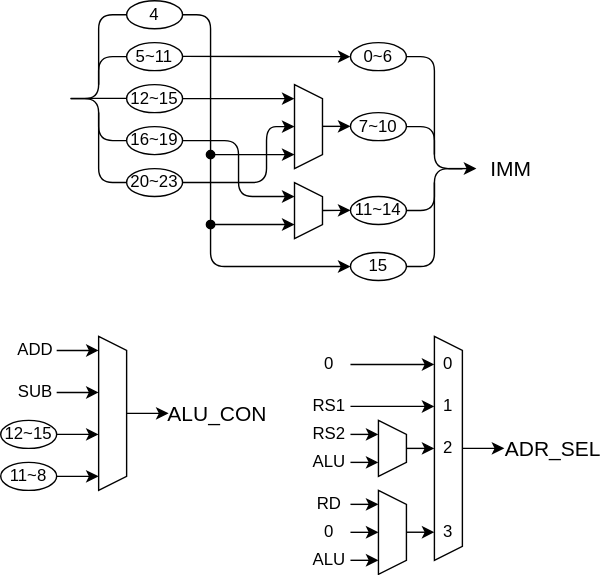
Above: Lab/Computer/Micon/01_CPU/img/decoder.dio.svg in amane-uehara/kanade-k-1228.github.io (draw.io), before the change. Source tidied: cells renumbered, new cells last; positions are measured from the earlier drawing's top-left corner, leaving out a move shared by most shapes.
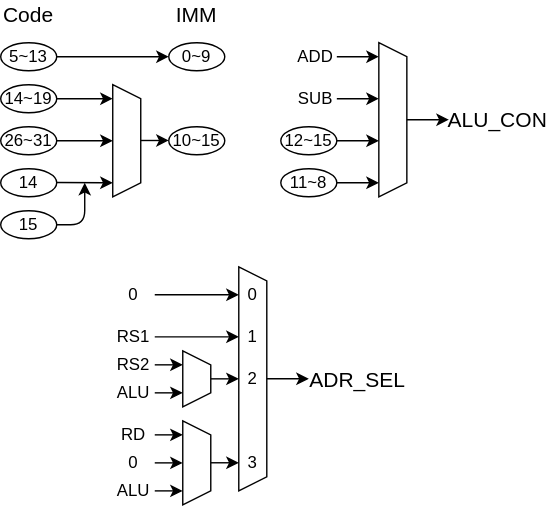
The same file after the commit.

The edit, as a diff of the source:
```diff
@@ -2,354 +2,227 @@
   <root>
     <mxCell id="0" />
     <mxCell id="1" parent="0" />
-    <mxCell id="2" value="4" style="ellipse;whiteSpace=wrap;html=1;" parent="1" vertex="1">
-      <mxGeometry x="90" width="40" height="20" as="geometry" />
-    </mxCell>
-    <mxCell id="3" value="5~11" style="ellipse;whiteSpace=wrap;html=1;" parent="1" vertex="1">
-      <mxGeometry x="90" y="30" width="40" height="20" as="geometry" />
+    <mxCell id="3" value="5~13" style="ellipse;whiteSpace=wrap;html=1;" parent="1" vertex="1">
+      <mxGeometry x="30" width="40" height="20" as="geometry" />
     </mxCell>
-    <mxCell id="4" value="12~15" style="ellipse;whiteSpace=wrap;html=1;" parent="1" vertex="1">
-      <mxGeometry x="90" y="60" width="40" height="20" as="geometry" />
+    <mxCell id="4" value="14~19" style="ellipse;whiteSpace=wrap;html=1;" parent="1" vertex="1">
+      <mxGeometry x="30" y="30" width="40" height="20" as="geometry" />
     </mxCell>
-    <mxCell id="5" value="16~19" style="ellipse;whiteSpace=wrap;html=1;" parent="1" vertex="1">
-      <mxGeometry x="90" y="90" width="40" height="20" as="geometry" />
+    <mxCell id="5" value="26~31" style="ellipse;whiteSpace=wrap;html=1;" parent="1" vertex="1">
+      <mxGeometry x="30" y="60" width="40" height="20" as="geometry" />
     </mxCell>
-    <mxCell id="6" value="20~23" style="ellipse;whiteSpace=wrap;html=1;" parent="1" vertex="1">
-      <mxGeometry x="90" y="120" width="40" height="20" as="geometry" />
+    <mxCell id="6" value="14" style="ellipse;whiteSpace=wrap;html=1;" parent="1" vertex="1">
+      <mxGeometry x="30" y="90" width="40" height="20" as="geometry" />
     </mxCell>
-    <mxCell id="7" value="0~6" style="ellipse;whiteSpace=wrap;html=1;" parent="1" vertex="1">
-      <mxGeometry x="250" y="30" width="40" height="20" as="geometry" />
+    <mxCell id="7" value="0~9" style="ellipse;whiteSpace=wrap;html=1;" parent="1" vertex="1">
+      <mxGeometry x="150" width="40" height="20" as="geometry" />
     </mxCell>
-    <mxCell id="8" value="7~10" style="ellipse;whiteSpace=wrap;html=1;" parent="1" vertex="1">
-      <mxGeometry x="250" y="80" width="40" height="20" as="geometry" />
+    <mxCell id="8" value="10~15" style="ellipse;whiteSpace=wrap;html=1;" parent="1" vertex="1">
+      <mxGeometry x="150" y="60" width="40" height="20" as="geometry" />
     </mxCell>
-    <mxCell id="9" value="11~14" style="ellipse;whiteSpace=wrap;html=1;" parent="1" vertex="1">
-      <mxGeometry x="250" y="140" width="40" height="20" as="geometry" />
-    </mxCell>
-    <mxCell id="10" value="15" style="ellipse;whiteSpace=wrap;html=1;" parent="1" vertex="1">
-      <mxGeometry x="250" y="180" width="40" height="20" as="geometry" />
-    </mxCell>
     <mxCell id="11" style="endArrow=classic;html=1;" parent="1" edge="1">
       <mxGeometry relative="1" as="geometry">
-        <mxPoint x="130" y="39.8" as="sourcePoint" />
-        <mxPoint x="250" y="40" as="targetPoint" />
+        <mxPoint x="70" y="10" as="sourcePoint" />
+        <mxPoint x="150" y="10" as="targetPoint" />
       </mxGeometry>
     </mxCell>
     <mxCell id="12" style="shape=trapezoid;perimeter=trapezoidPerimeter;whiteSpace=wrap;html=1;fixedSize=1;direction=south;size=9.999999999999943;" parent="1" vertex="1">
-      <mxGeometry x="210" y="60" width="20" height="60" as="geometry" />
+      <mxGeometry x="110" y="30" width="20" height="80" as="geometry" />
     </mxCell>
     <mxCell id="13" style="endArrow=classic;html=1;" parent="1" edge="1">
       <mxGeometry relative="1" as="geometry">
-        <mxPoint x="230" y="89.8" as="sourcePoint" />
-        <mxPoint x="250" y="89.8" as="targetPoint" />
+        <mxPoint x="130" y="69.8" as="sourcePoint" />
+        <mxPoint x="150" y="69.8" as="targetPoint" />
       </mxGeometry>
     </mxCell>
-    <mxCell id="14" style="endArrow=classic;html=1;" parent="1" edge="1">
-      <mxGeometry relative="1" as="geometry">
-        <mxPoint x="130" y="100" as="sourcePoint" />
-        <mxPoint x="210" y="140" as="targetPoint" />
-        <Array as="points">
-          <mxPoint x="170" y="100" />
-          <mxPoint x="170" y="140" />
-        </Array>
-      </mxGeometry>
-    </mxCell>
     <mxCell id="15" style="endArrow=classic;html=1;" parent="1" edge="1">
       <mxGeometry relative="1" as="geometry">
-        <mxPoint x="130" y="70" as="sourcePoint" />
-        <mxPoint x="210" y="70" as="targetPoint" />
+        <mxPoint x="70" y="40" as="sourcePoint" />
+        <mxPoint x="110" y="40" as="targetPoint" />
       </mxGeometry>
     </mxCell>
-    <mxCell id="16" style="endArrow=classic;html=1;startArrow=none;" parent="1" edge="1">
-      <mxGeometry relative="1" as="geometry">
-        <mxPoint x="230" y="149.9" as="sourcePoint" />
-        <mxPoint x="250" y="149.8" as="targetPoint" />
-      </mxGeometry>
-    </mxCell>
-    <mxCell id="17" style="endArrow=classic;html=1;" parent="1" edge="1">
-      <mxGeometry relative="1" as="geometry">
-        <mxPoint x="130" y="130" as="sourcePoint" />
-        <mxPoint x="210" y="90" as="targetPoint" />
-        <Array as="points">
-          <mxPoint x="190" y="130" />
-          <mxPoint x="190" y="90" />
-        </Array>
-      </mxGeometry>
-    </mxCell>
-    <mxCell id="18" style="shape=trapezoid;perimeter=trapezoidPerimeter;whiteSpace=wrap;html=1;fixedSize=1;direction=south;size=9.999999999999943;" parent="1" vertex="1">
-      <mxGeometry x="210" y="130" width="20" height="40" as="geometry" />
-    </mxCell>
-    <mxCell id="19" style="endArrow=none;html=1;" parent="1" edge="1">
-      <mxGeometry relative="1" as="geometry">
-        <mxPoint x="230" y="149.8" as="sourcePoint" />
-        <mxPoint x="230" y="149.8" as="targetPoint" />
-      </mxGeometry>
-    </mxCell>
-    <mxCell id="20" style="endArrow=classic;html=1;startArrow=oval;startFill=1;" parent="1" edge="1">
-      <mxGeometry relative="1" as="geometry">
-        <mxPoint x="150" y="110" as="sourcePoint" />
-        <mxPoint x="210" y="110" as="targetPoint" />
-      </mxGeometry>
-    </mxCell>
-    <mxCell id="21" style="endArrow=classic;html=1;" parent="1" edge="1">
-      <mxGeometry relative="1" as="geometry">
-        <mxPoint x="130" y="10" as="sourcePoint" />
-        <mxPoint x="250" y="190" as="targetPoint" />
-        <Array as="points">
-          <mxPoint x="150" y="10" />
-          <mxPoint x="150" y="190" />
-        </Array>
-      </mxGeometry>
-    </mxCell>
-    <mxCell id="22" style="endArrow=classic;html=1;startArrow=oval;startFill=1;" parent="1" edge="1">
-      <mxGeometry relative="1" as="geometry">
-        <mxPoint x="150" y="160" as="sourcePoint" />
-        <mxPoint x="210" y="160" as="targetPoint" />
-      </mxGeometry>
-    </mxCell>
     <mxCell id="23" style="shape=trapezoid;perimeter=trapezoidPerimeter;whiteSpace=wrap;html=1;fixedSize=1;direction=south;size=9.999999999999943;" parent="1" vertex="1">
-      <mxGeometry x="70" y="240" width="20" height="110" as="geometry" />
+      <mxGeometry x="300" width="20" height="110" as="geometry" />
     </mxCell>
-    <mxCell id="24" style="endArrow=classic;html=1;" parent="1" edge="1">
-      <mxGeometry relative="1" as="geometry">
-        <mxPoint x="320" y="120" as="sourcePoint" />
-        <mxPoint x="340" y="120" as="targetPoint" />
-      </mxGeometry>
-    </mxCell>
-    <mxCell id="25" style="endArrow=none;html=1;" parent="1" edge="1">
-      <mxGeometry relative="1" as="geometry">
-        <mxPoint x="290" y="40" as="sourcePoint" />
-        <mxPoint x="330" y="120" as="targetPoint" />
-        <Array as="points">
-          <mxPoint x="310" y="40" />
-          <mxPoint x="310" y="120" />
-        </Array>
-      </mxGeometry>
-    </mxCell>
-    <mxCell id="26" style="endArrow=none;html=1;" parent="1" edge="1">
-      <mxGeometry relative="1" as="geometry">
-        <mxPoint x="290" y="90" as="sourcePoint" />
-        <mxPoint x="310" y="110" as="targetPoint" />
-        <Array as="points">
-          <mxPoint x="310" y="90" />
-        </Array>
-      </mxGeometry>
-    </mxCell>
-    <mxCell id="27" style="endArrow=none;html=1;" parent="1" edge="1">
-      <mxGeometry relative="1" as="geometry">
-        <mxPoint x="290" y="150" as="sourcePoint" />
-        <mxPoint x="310" y="130" as="targetPoint" />
-        <Array as="points">
-          <mxPoint x="310" y="150" />
-        </Array>
-      </mxGeometry>
-    </mxCell>
-    <mxCell id="28" style="endArrow=none;html=1;" parent="1" edge="1">
-      <mxGeometry relative="1" as="geometry">
-        <mxPoint x="290" y="190" as="sourcePoint" />
-        <mxPoint x="330" y="120" as="targetPoint" />
-        <Array as="points">
-          <mxPoint x="310" y="190" />
-          <mxPoint x="310" y="120" />
-        </Array>
-      </mxGeometry>
-    </mxCell>
-    <mxCell id="29" style="endArrow=none;html=1;" parent="1" edge="1">
-      <mxGeometry relative="1" as="geometry">
-        <mxPoint x="90" y="10" as="sourcePoint" />
-        <mxPoint x="50" y="70" as="targetPoint" />
-        <Array as="points">
-          <mxPoint x="70" y="10" />
-          <mxPoint x="70" y="70" />
-        </Array>
-      </mxGeometry>
-    </mxCell>
-    <mxCell id="30" style="endArrow=none;html=1;" parent="1" edge="1">
-      <mxGeometry relative="1" as="geometry">
-        <mxPoint x="90" y="40" as="sourcePoint" />
-        <mxPoint x="70" y="60" as="targetPoint" />
-        <Array as="points">
-          <mxPoint x="70" y="40" />
-        </Array>
-      </mxGeometry>
-    </mxCell>
-    <mxCell id="31" style="endArrow=none;html=1;" parent="1" edge="1">
-      <mxGeometry relative="1" as="geometry">
-        <mxPoint x="90" y="100" as="sourcePoint" />
-        <mxPoint x="70" y="80" as="targetPoint" />
-        <Array as="points">
-          <mxPoint x="70" y="100" />
-        </Array>
-      </mxGeometry>
-    </mxCell>
-    <mxCell id="32" style="endArrow=none;html=1;" parent="1" edge="1">
-      <mxGeometry relative="1" as="geometry">
-        <mxPoint x="90" y="130" as="sourcePoint" />
-        <mxPoint x="50" y="70" as="targetPoint" />
-        <Array as="points">
-          <mxPoint x="70" y="130" />
-          <mxPoint x="70" y="70" />
-        </Array>
-      </mxGeometry>
-    </mxCell>
-    <mxCell id="33" style="endArrow=none;html=1;" parent="1" edge="1">
-      <mxGeometry relative="1" as="geometry">
-        <mxPoint x="50" y="69.8" as="sourcePoint" />
-        <mxPoint x="90" y="69.8" as="targetPoint" />
-      </mxGeometry>
-    </mxCell>
     <mxCell id="34" value="ADD" style="text;html=1;strokeColor=none;fillColor=none;align=center;verticalAlign=middle;whiteSpace=wrap;rounded=0;" parent="1" vertex="1">
-      <mxGeometry x="10" y="240" width="30" height="20" as="geometry" />
+      <mxGeometry x="240" width="30" height="20" as="geometry" />
     </mxCell>
     <mxCell id="35" value="SUB" style="text;html=1;strokeColor=none;fillColor=none;align=center;verticalAlign=middle;whiteSpace=wrap;rounded=0;" parent="1" vertex="1">
-      <mxGeometry x="10" y="270" width="30" height="20" as="geometry" />
+      <mxGeometry x="240" y="30" width="30" height="20" as="geometry" />
     </mxCell>
     <mxCell id="36" style="endArrow=classic;html=1;" parent="1" edge="1">
       <mxGeometry relative="1" as="geometry">
-        <mxPoint x="40" y="250" as="sourcePoint" />
-        <mxPoint x="70" y="250" as="targetPoint" />
+        <mxPoint x="270" y="10" as="sourcePoint" />
+        <mxPoint x="300" y="10" as="targetPoint" />
       </mxGeometry>
     </mxCell>
     <mxCell id="37" style="endArrow=classic;html=1;" parent="1" edge="1">
       <mxGeometry relative="1" as="geometry">
-        <mxPoint x="40" y="280" as="sourcePoint" />
-        <mxPoint x="70" y="280" as="targetPoint" />
+        <mxPoint x="270" y="40" as="sourcePoint" />
+        <mxPoint x="300" y="40" as="targetPoint" />
       </mxGeometry>
     </mxCell>
     <mxCell id="38" style="endArrow=classic;html=1;" parent="1" edge="1">
       <mxGeometry relative="1" as="geometry">
-        <mxPoint x="40" y="310" as="sourcePoint" />
-        <mxPoint x="70" y="310" as="targetPoint" />
+        <mxPoint x="270" y="70" as="sourcePoint" />
+        <mxPoint x="300" y="70" as="targetPoint" />
       </mxGeometry>
     </mxCell>
     <mxCell id="39" style="endArrow=classic;html=1;" parent="1" edge="1">
       <mxGeometry relative="1" as="geometry">
-        <mxPoint x="40" y="340" as="sourcePoint" />
-        <mxPoint x="70" y="340" as="targetPoint" />
+        <mxPoint x="270" y="100" as="sourcePoint" />
+        <mxPoint x="300" y="100" as="targetPoint" />
       </mxGeometry>
     </mxCell>
     <mxCell id="40" value="12~15" style="ellipse;whiteSpace=wrap;html=1;" parent="1" vertex="1">
-      <mxGeometry y="300" width="40" height="20" as="geometry" />
+      <mxGeometry x="230" y="60" width="40" height="20" as="geometry" />
     </mxCell>
     <mxCell id="41" value="11~8" style="ellipse;whiteSpace=wrap;html=1;" parent="1" vertex="1">
-      <mxGeometry y="330" width="40" height="20" as="geometry" />
+      <mxGeometry x="230" y="90" width="40" height="20" as="geometry" />
     </mxCell>
     <mxCell id="42" style="endArrow=classic;html=1;" parent="1" edge="1">
       <mxGeometry relative="1" as="geometry">
-        <mxPoint x="90" y="295" as="sourcePoint" />
-        <mxPoint x="120" y="295" as="targetPoint" />
+        <mxPoint x="320" y="55" as="sourcePoint" />
+        <mxPoint x="350" y="55" as="targetPoint" />
       </mxGeometry>
     </mxCell>
     <mxCell id="43" value="IMM" style="text;html=1;strokeColor=none;fillColor=none;align=center;verticalAlign=middle;whiteSpace=wrap;rounded=0;fontSize=15;" parent="1" vertex="1">
-      <mxGeometry x="340" y="110" width="50" height="20" as="geometry" />
+      <mxGeometry x="150" y="-30" width="40" height="20" as="geometry" />
     </mxCell>
     <mxCell id="44" value="ALU_CON" style="text;html=1;strokeColor=none;fillColor=none;align=center;verticalAlign=middle;whiteSpace=wrap;rounded=0;fontSize=15;" parent="1" vertex="1">
-      <mxGeometry x="120" y="280" width="70" height="30" as="geometry" />
+      <mxGeometry x="350" y="40" width="70" height="30" as="geometry" />
     </mxCell>
     <mxCell id="45" style="shape=trapezoid;perimeter=trapezoidPerimeter;whiteSpace=wrap;html=1;fixedSize=1;direction=south;size=9.999999999999943;" parent="1" vertex="1">
-      <mxGeometry x="310" y="240" width="20" height="160" as="geometry" />
+      <mxGeometry x="200" y="160" width="20" height="160" as="geometry" />
     </mxCell>
     <mxCell id="46" style="endArrow=classic;html=1;" parent="1" edge="1">
       <mxGeometry relative="1" as="geometry">
-        <mxPoint x="330" y="320" as="sourcePoint" />
-        <mxPoint x="360" y="320" as="targetPoint" />
+        <mxPoint x="220" y="240" as="sourcePoint" />
+        <mxPoint x="250" y="240" as="targetPoint" />
       </mxGeometry>
     </mxCell>
     <mxCell id="47" value="ADR_SEL" style="text;html=1;strokeColor=none;fillColor=none;align=center;verticalAlign=middle;whiteSpace=wrap;rounded=0;fontSize=15;" parent="1" vertex="1">
-      <mxGeometry x="360" y="310" width="70" height="20" as="geometry" />
+      <mxGeometry x="250" y="230" width="70" height="20" as="geometry" />
     </mxCell>
     <mxCell id="48" value="RS1" style="text;html=1;strokeColor=none;fillColor=none;align=center;verticalAlign=middle;whiteSpace=wrap;rounded=0;" parent="1" vertex="1">
-      <mxGeometry x="220" y="280" width="30" height="20" as="geometry" />
+      <mxGeometry x="110" y="200" width="30" height="20" as="geometry" />
     </mxCell>
     <mxCell id="49" style="endArrow=classic;html=1;" parent="1" edge="1">
       <mxGeometry relative="1" as="geometry">
-        <mxPoint x="250" y="260" as="sourcePoint" />
-        <mxPoint x="310" y="260" as="targetPoint" />
+        <mxPoint x="140" y="180" as="sourcePoint" />
+        <mxPoint x="200" y="180" as="targetPoint" />
       </mxGeometry>
     </mxCell>
     <mxCell id="50" style="endArrow=classic;html=1;" parent="1" edge="1">
       <mxGeometry relative="1" as="geometry">
-        <mxPoint x="250" y="290" as="sourcePoint" />
-        <mxPoint x="310" y="290" as="targetPoint" />
+        <mxPoint x="140" y="210" as="sourcePoint" />
+        <mxPoint x="200" y="210" as="targetPoint" />
       </mxGeometry>
     </mxCell>
     <mxCell id="51" style="endArrow=classic;html=1;" parent="1" edge="1">
       <mxGeometry relative="1" as="geometry">
-        <mxPoint x="290" y="320" as="sourcePoint" />
-        <mxPoint x="310" y="320" as="targetPoint" />
+        <mxPoint x="180" y="240" as="sourcePoint" />
+        <mxPoint x="200" y="240" as="targetPoint" />
       </mxGeometry>
     </mxCell>
     <mxCell id="52" value="0" style="text;html=1;strokeColor=none;fillColor=none;align=center;verticalAlign=middle;whiteSpace=wrap;rounded=0;" parent="1" vertex="1">
-      <mxGeometry x="310" y="250" width="20" height="20" as="geometry" />
+      <mxGeometry x="200" y="170" width="20" height="20" as="geometry" />
     </mxCell>
     <mxCell id="53" value="1" style="text;html=1;strokeColor=none;fillColor=none;align=center;verticalAlign=middle;whiteSpace=wrap;rounded=0;" parent="1" vertex="1">
-      <mxGeometry x="310" y="280" width="20" height="20" as="geometry" />
+      <mxGeometry x="200" y="200" width="20" height="20" as="geometry" />
     </mxCell>
     <mxCell id="54" value="2" style="text;html=1;strokeColor=none;fillColor=none;align=center;verticalAlign=middle;whiteSpace=wrap;rounded=0;" parent="1" vertex="1">
-      <mxGeometry x="310" y="310" width="20" height="20" as="geometry" />
+      <mxGeometry x="200" y="230" width="20" height="20" as="geometry" />
     </mxCell>
     <mxCell id="55" value="3" style="text;html=1;strokeColor=none;fillColor=none;align=center;verticalAlign=middle;whiteSpace=wrap;rounded=0;" parent="1" vertex="1">
-      <mxGeometry x="310" y="370" width="20" height="20" as="geometry" />
+      <mxGeometry x="200" y="290" width="20" height="20" as="geometry" />
     </mxCell>
     <mxCell id="56" style="shape=trapezoid;perimeter=trapezoidPerimeter;whiteSpace=wrap;html=1;fixedSize=1;direction=south;size=9.999999999999943;" parent="1" vertex="1">
-      <mxGeometry x="270" y="300" width="20" height="40" as="geometry" />
+      <mxGeometry x="160" y="220" width="20" height="40" as="geometry" />
     </mxCell>
     <mxCell id="57" style="endArrow=classic;html=1;" parent="1" edge="1">
       <mxGeometry relative="1" as="geometry">
-        <mxPoint x="250" y="310" as="sourcePoint" />
-        <mxPoint x="270" y="310" as="targetPoint" />
+        <mxPoint x="140" y="230" as="sourcePoint" />
+        <mxPoint x="160" y="230" as="targetPoint" />
       </mxGeometry>
     </mxCell>
     <mxCell id="58" style="endArrow=classic;html=1;" parent="1" edge="1">
       <mxGeometry relative="1" as="geometry">
-        <mxPoint x="250" y="330" as="sourcePoint" />
-        <mxPoint x="270" y="330" as="targetPoint" />
+        <mxPoint x="140" y="250" as="sourcePoint" />
+        <mxPoint x="160" y="250" as="targetPoint" />
       </mxGeometry>
     </mxCell>
     <mxCell id="59" value="RS2" style="text;html=1;strokeColor=none;fillColor=none;align=center;verticalAlign=middle;whiteSpace=wrap;rounded=0;" parent="1" vertex="1">
-      <mxGeometry x="220" y="300" width="30" height="20" as="geometry" />
+      <mxGeometry x="110" y="220" width="30" height="20" as="geometry" />
     </mxCell>
     <mxCell id="60" value="ALU" style="text;html=1;strokeColor=none;fillColor=none;align=center;verticalAlign=middle;whiteSpace=wrap;rounded=0;" parent="1" vertex="1">
-      <mxGeometry x="220" y="320" width="30" height="20" as="geometry" />
+      <mxGeometry x="110" y="240" width="30" height="20" as="geometry" />
     </mxCell>
     <mxCell id="61" value="0" style="text;html=1;strokeColor=none;fillColor=none;align=center;verticalAlign=middle;whiteSpace=wrap;rounded=0;" parent="1" vertex="1">
-      <mxGeometry x="220" y="250" width="30" height="20" as="geometry" />
+      <mxGeometry x="110" y="170" width="30" height="20" as="geometry" />
     </mxCell>
     <mxCell id="62" style="endArrow=classic;html=1;" parent="1" edge="1">
       <mxGeometry relative="1" as="geometry">
-        <mxPoint x="250" y="380" as="sourcePoint" />
-        <mxPoint x="270" y="380" as="targetPoint" />
+        <mxPoint x="140" y="300" as="sourcePoint" />
+        <mxPoint x="160" y="300" as="targetPoint" />
       </mxGeometry>
     </mxCell>
     <mxCell id="63" style="shape=trapezoid;perimeter=trapezoidPerimeter;whiteSpace=wrap;html=1;fixedSize=1;direction=south;size=9.999999999999943;" parent="1" vertex="1">
-      <mxGeometry x="270" y="350" width="20" height="60" as="geometry" />
+      <mxGeometry x="160" y="270" width="20" height="60" as="geometry" />
     </mxCell>
     <mxCell id="64" style="endArrow=classic;html=1;" parent="1" edge="1">
       <mxGeometry relative="1" as="geometry">
-        <mxPoint x="250" y="360" as="sourcePoint" />
-        <mxPoint x="270" y="360" as="targetPoint" />
+        <mxPoint x="140" y="280" as="sourcePoint" />
+        <mxPoint x="160" y="280" as="targetPoint" />
       </mxGeometry>
     </mxCell>
     <mxCell id="65" style="endArrow=classic;html=1;" parent="1" edge="1">
       <mxGeometry relative="1" as="geometry">
-        <mxPoint x="250" y="400" as="sourcePoint" />
-        <mxPoint x="270" y="400" as="targetPoint" />
+        <mxPoint x="140" y="320" as="sourcePoint" />
+        <mxPoint x="160" y="320" as="targetPoint" />
       </mxGeometry>
     </mxCell>
     <mxCell id="66" style="endArrow=classic;html=1;" parent="1" edge="1">
       <mxGeometry relative="1" as="geometry">
-        <mxPoint x="290" y="379.9" as="sourcePoint" />
-        <mxPoint x="310" y="379.9" as="targetPoint" />
+        <mxPoint x="180" y="299.9" as="sourcePoint" />
+        <mxPoint x="200" y="299.9" as="targetPoint" />
       </mxGeometry>
     </mxCell>
     <mxCell id="67" value="ALU" style="text;html=1;strokeColor=none;fillColor=none;align=center;verticalAlign=middle;whiteSpace=wrap;rounded=0;" parent="1" vertex="1">
-      <mxGeometry x="220" y="390" width="30" height="20" as="geometry" />
+      <mxGeometry x="110" y="310" width="30" height="20" as="geometry" />
     </mxCell>
     <mxCell id="68" value="RD" style="text;html=1;strokeColor=none;fillColor=none;align=center;verticalAlign=middle;whiteSpace=wrap;rounded=0;" parent="1" vertex="1">
-      <mxGeometry x="220" y="350" width="30" height="20" as="geometry" />
+      <mxGeometry x="110" y="270" width="30" height="20" as="geometry" />
     </mxCell>
     <mxCell id="69" value="0" style="text;html=1;strokeColor=none;fillColor=none;align=center;verticalAlign=middle;whiteSpace=wrap;rounded=0;" parent="1" vertex="1">
-      <mxGeometry x="220" y="370" width="30" height="20" as="geometry" />
+      <mxGeometry x="110" y="290" width="30" height="20" as="geometry" />
     </mxCell>
+    <mxCell id="70" style="endArrow=classic;html=1;" parent="1" edge="1">
+      <mxGeometry relative="1" as="geometry">
+        <mxPoint x="70" y="70" as="sourcePoint" />
+        <mxPoint x="110" y="70" as="targetPoint" />
+      </mxGeometry>
+    </mxCell>
+    <mxCell id="10" value="15" style="ellipse;whiteSpace=wrap;html=1;" parent="1" vertex="1">
+      <mxGeometry x="30" y="120" width="40" height="20" as="geometry" />
+    </mxCell>
+    <mxCell id="71" style="endArrow=classic;html=1;" parent="1" edge="1">
+      <mxGeometry relative="1" as="geometry">
+        <mxPoint x="70" y="99.8" as="sourcePoint" />
+        <mxPoint x="110" y="100" as="targetPoint" />
+      </mxGeometry>
+    </mxCell>
+    <mxCell id="72" style="endArrow=classic;html=1;" parent="1" edge="1">
+      <mxGeometry relative="1" as="geometry">
+        <mxPoint x="70" y="130" as="sourcePoint" />
+        <mxPoint x="90" y="100" as="targetPoint" />
+        <Array as="points">
+          <mxPoint x="90" y="130" />
+        </Array>
+      </mxGeometry>
+    </mxCell>
+    <mxCell id="73" value="Code" style="text;html=1;strokeColor=none;fillColor=none;align=center;verticalAlign=middle;whiteSpace=wrap;rounded=0;fontSize=15;" parent="1" vertex="1">
+      <mxGeometry x="30" y="-30" width="40" height="20" as="geometry" />
+    </mxCell>
   </root>
 </mxGraphModel>
```
